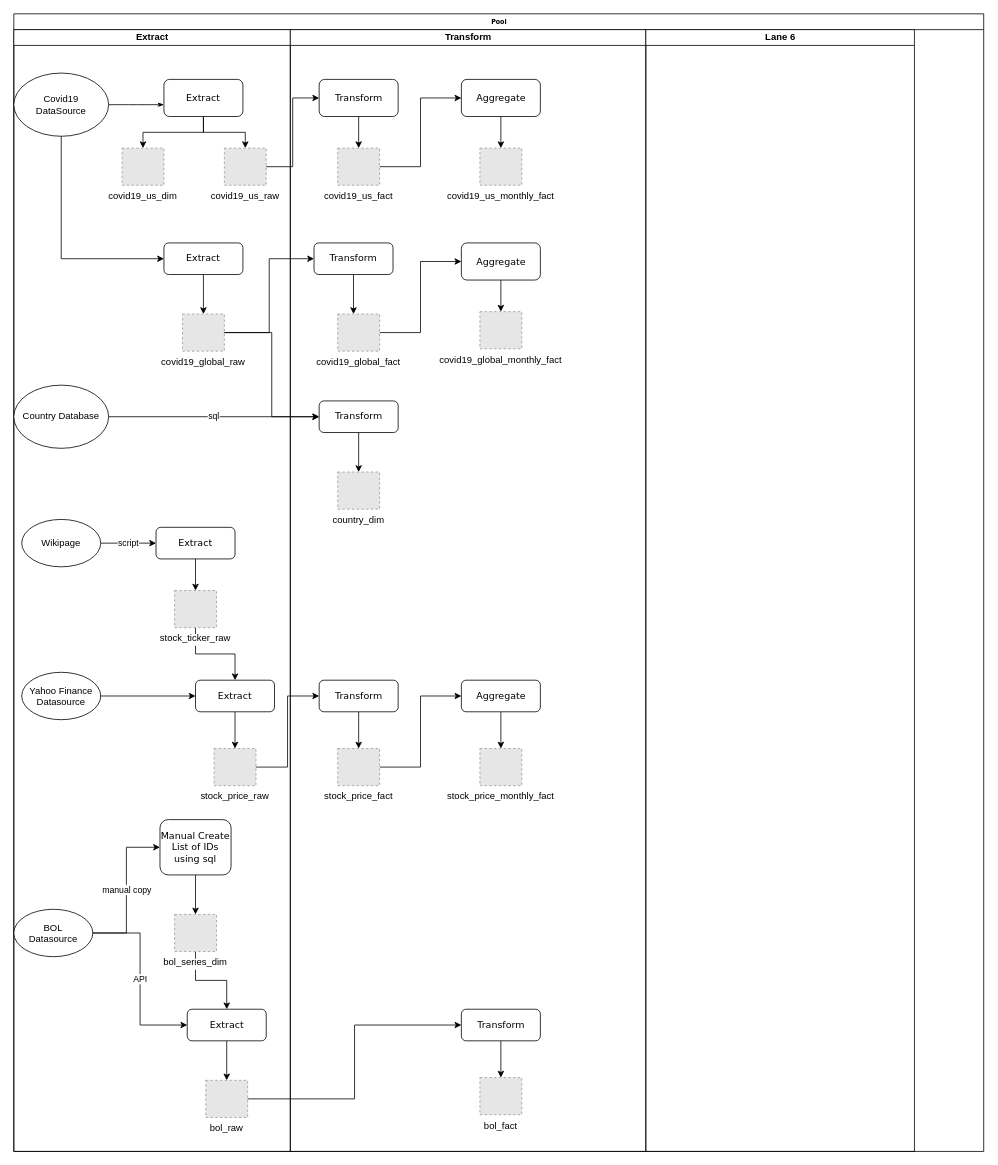
The draw.io diagram docs/flowchart.drawio in trdtnguyen/sb-capstone1, before the edit. Source tidied: cells renumbered, new cells numbered last; positions are measured from the earlier drawing's top-left corner, leaving out a move shared by most shapes. Both pictures are drawn from the tidied source at 79%, with x=0, y=0 at pixel (13, 13). Pictures stored in the file or linked from it are replaced by grey dashed boxes.
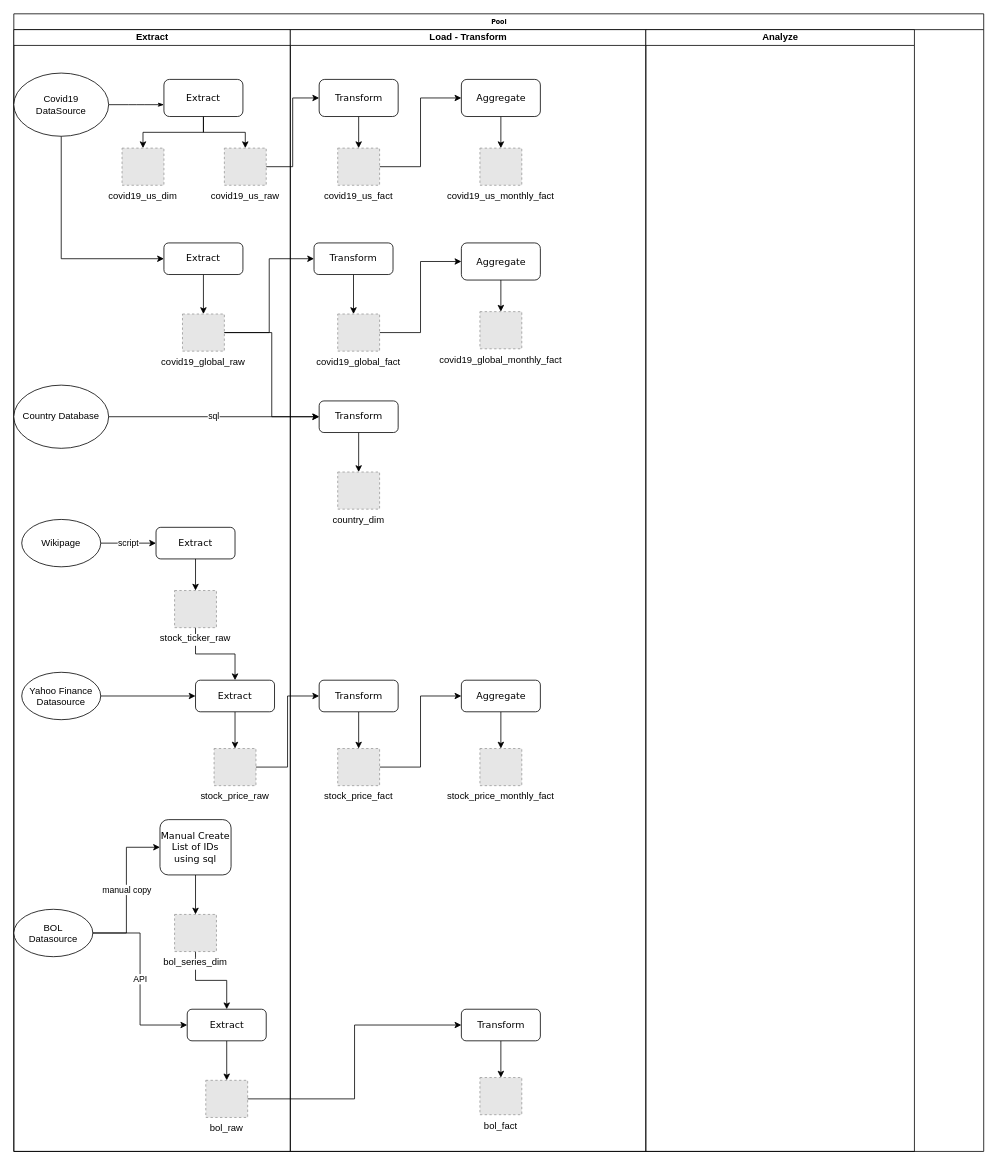
After the change.

The change refers to these unchanged cells:
```xml
<mxCell id="2" value="Pool" style="swimlane;html=1;startSize=20;rounded=0;shadow=0;labelBackgroundColor=none;strokeWidth=1;fontFamily=Verdana;fontSize=8;align=center;" parent="1" vertex="1">
  <mxGeometry width="1227.7" height="1440" as="geometry" />
</mxCell>
```

What changed in the source:
```diff
@@
-    <mxCell id="37" value="Transform" style="swimlane;html=1;startSize=20;" parent="2" vertex="1">
+    <mxCell id="37" value="Load - Transform" style="swimlane;html=1;startSize=20;" parent="2" vertex="1">
       <mxGeometry x="350" y="20" width="450" height="1420" as="geometry" />
     </mxCell>
@@
-    <mxCell id="65" value="Lane 6" style="swimlane;html=1;startSize=20;" parent="2" vertex="1">
+    <mxCell id="65" value="Analyze" style="swimlane;html=1;startSize=20;" parent="2" vertex="1">
       <mxGeometry x="800" y="20" width="340" height="1420" as="geometry" />
     </mxCell>
```
